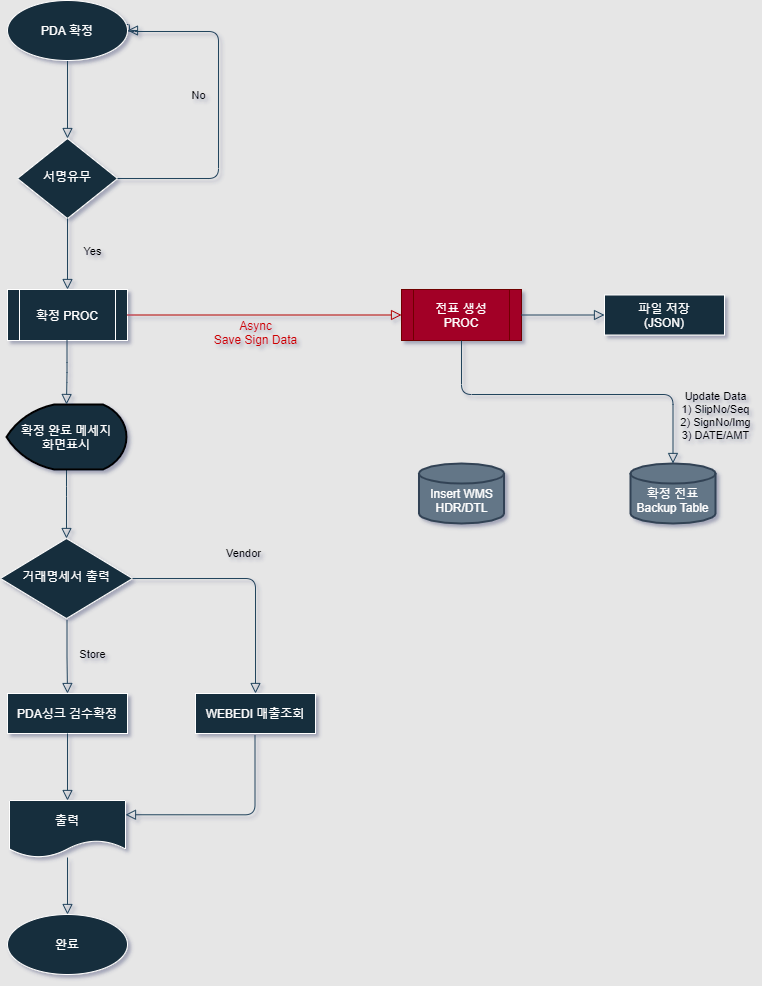
Before: New PDA Confrim.png, a diagram exported from draw.io (seunggeunjo/Flow-Chart). Source tidied: cells renumbered, new cells last; positions are measured from the earlier drawing's top-left corner, leaving out a move shared by most shapes.
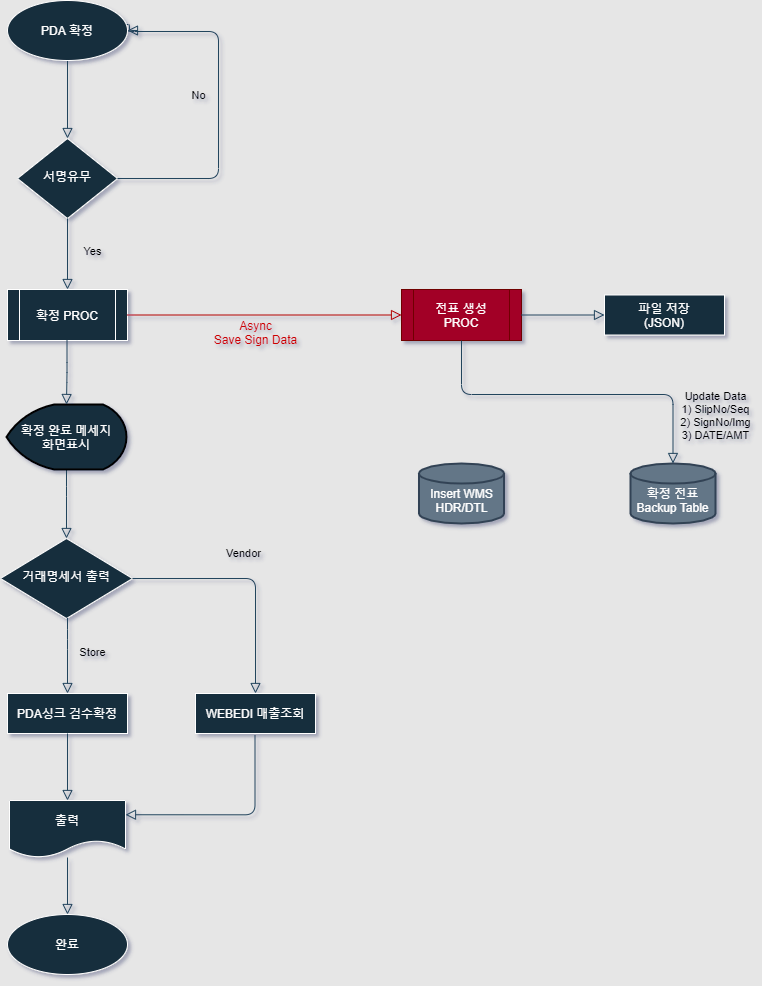
After the commit.

Change to the diagram source:
```diff
@@ -84,9 +84,12 @@
     <mxCell id="21" value="Vendor" style="edgeStyle=orthogonalEdgeStyle;html=1;jettySize=auto;fontSize=11;endArrow=block;endFill=0;endSize=8;strokeWidth=1;shadow=0;labelBackgroundColor=none;strokeColor=#23445D;exitX=1;exitY=0.5;exitDx=0;exitDy=0;entryX=0.5;entryY=0;entryDx=0;entryDy=0;" parent="1" edge="1" source="17" target="23">
       <mxGeometry x="-0.07" y="25" relative="1" as="geometry" />
     </mxCell>
-    <mxCell id="22" value="Store" style="edgeStyle=orthogonalEdgeStyle;html=1;jettySize=auto;fontSize=11;endArrow=block;endFill=0;endSize=8;strokeWidth=1;shadow=0;labelBackgroundColor=none;strokeColor=#23445D;exitX=1;exitY=0.5;exitDx=0;exitDy=0;entryX=0.5;entryY=0;entryDx=0;entryDy=0;" parent="1" edge="1" target="24">
+    <mxCell id="22" value="Store" style="edgeStyle=orthogonalEdgeStyle;html=1;jettySize=auto;fontSize=11;endArrow=block;endFill=0;endSize=8;strokeWidth=1;shadow=0;labelBackgroundColor=none;strokeColor=#23445D;entryX=0.5;entryY=0;entryDx=0;entryDy=0;" parent="1" edge="1" source="17" target="24">
       <mxGeometry x="-0.07" y="25" relative="1" as="geometry">
-        <mxPoint x="66.5" y="620" as="sourcePoint" />
+        <Array as="points">
+          <mxPoint x="67" y="639" />
+          <mxPoint x="67" y="639" />
+        </Array>
       </mxGeometry>
     </mxCell>
     <mxCell id="23" value="WEBEDI 매출조회" style="whiteSpace=wrap;html=1;fontSize=12;glass=0;strokeWidth=1;shadow=0;fillColor=#182E3E;strokeColor=#FFFFFF;fontColor=#FFFFFF;" parent="1" vertex="1">
```
